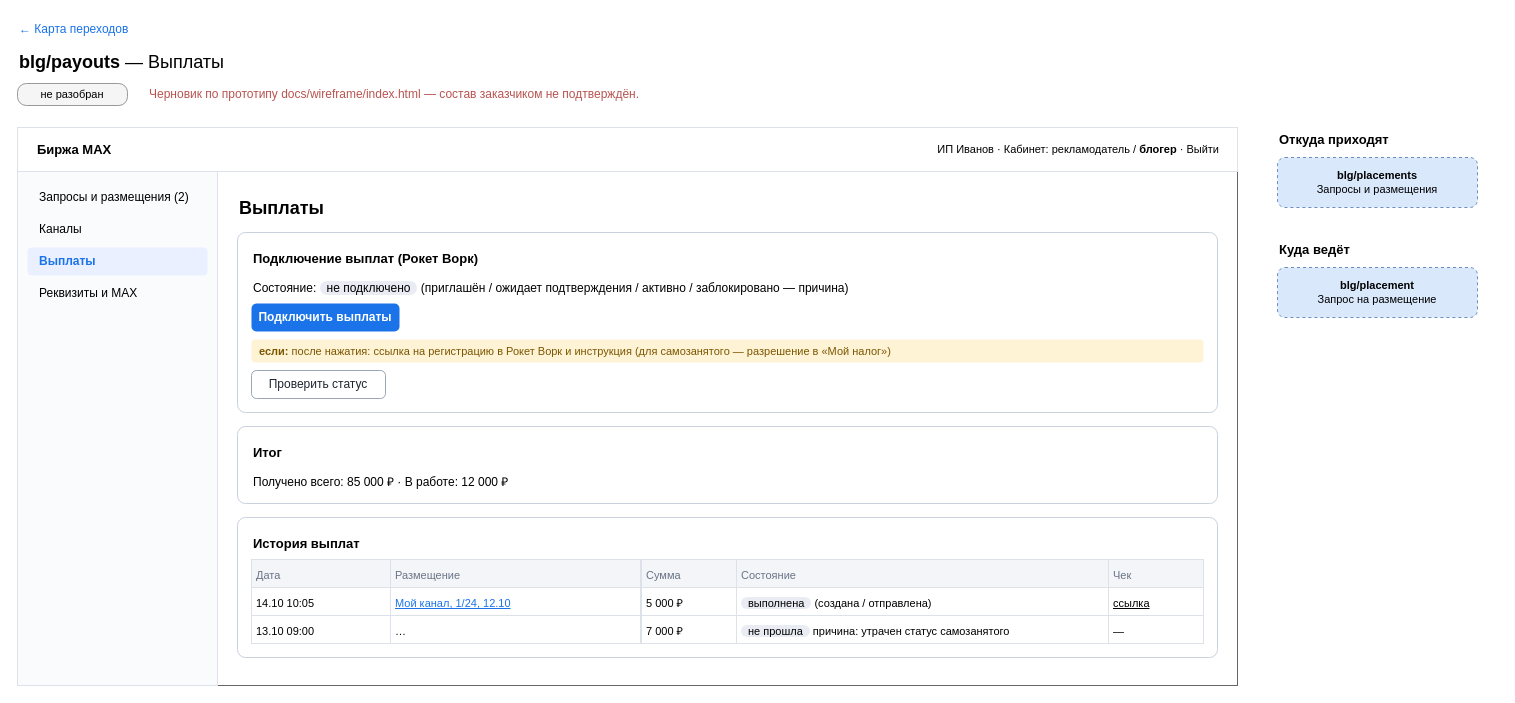
The draw.io diagram page "blg/payouts" (21 of 40) of docs/wireframe/screens.drawio in leha-creator/maxim, before the edit. Source tidied: cells renumbered, new cells numbered last; positions are measured from the earlier drawing's top-left corner, leaving out a move shared by most shapes. Both pictures are drawn from the tidied source at 100%, with x=0, y=0 at pixel (17, 17).
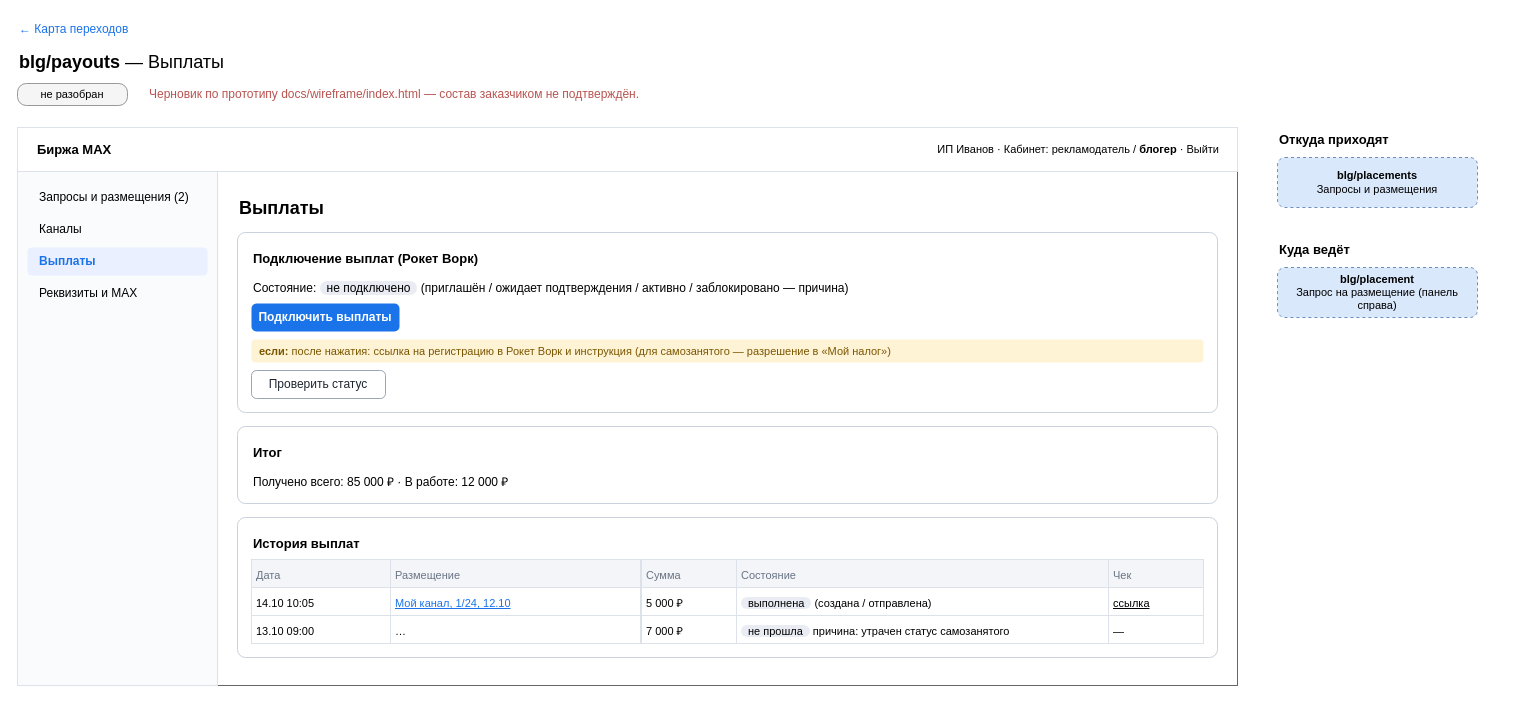
After the change.

What changed in the source:
```diff
@@
-    <mxCell id="45" value="&lt;b&gt;blg/placement&lt;/b&gt;&lt;br&gt;Запрос на размещение" style="rounded=1;whiteSpace=wrap;html=1;dashed=1;fillColor=#dae8fc;strokeColor=#6c8ebf;fontSize=11;" parent="1" vertex="1">
+    <mxCell id="45" value="&lt;b&gt;blg/placement&lt;/b&gt;&lt;br&gt;Запрос на размещение (панель справа)" style="rounded=1;whiteSpace=wrap;html=1;dashed=1;fillColor=#dae8fc;strokeColor=#6c8ebf;fontSize=11;" parent="1" vertex="1">
       <mxGeometry x="1260" y="250" width="200" height="50" as="geometry" />
     </mxCell>
```
